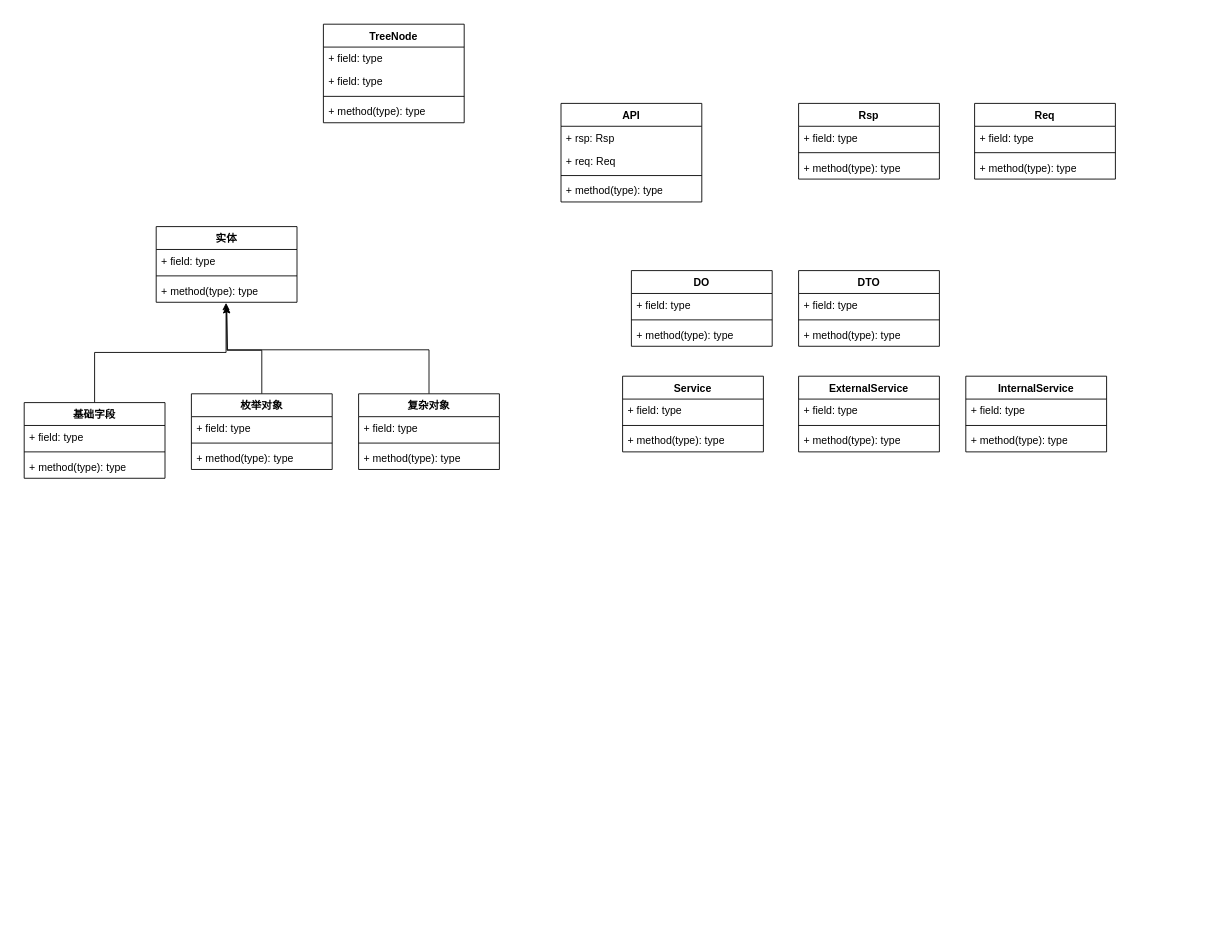
Above: page "Page-1" (1 of 2) of 低代码.drawio in idbanfan/drawio (draw.io), before the change. Source tidied: cells renumbered, new cells numbered last; positions are measured from the earlier drawing's top-left corner, leaving out a move shared by most shapes. Both pictures are drawn from the tidied source at 88%, with x=0, y=0 at pixel (24, 24).
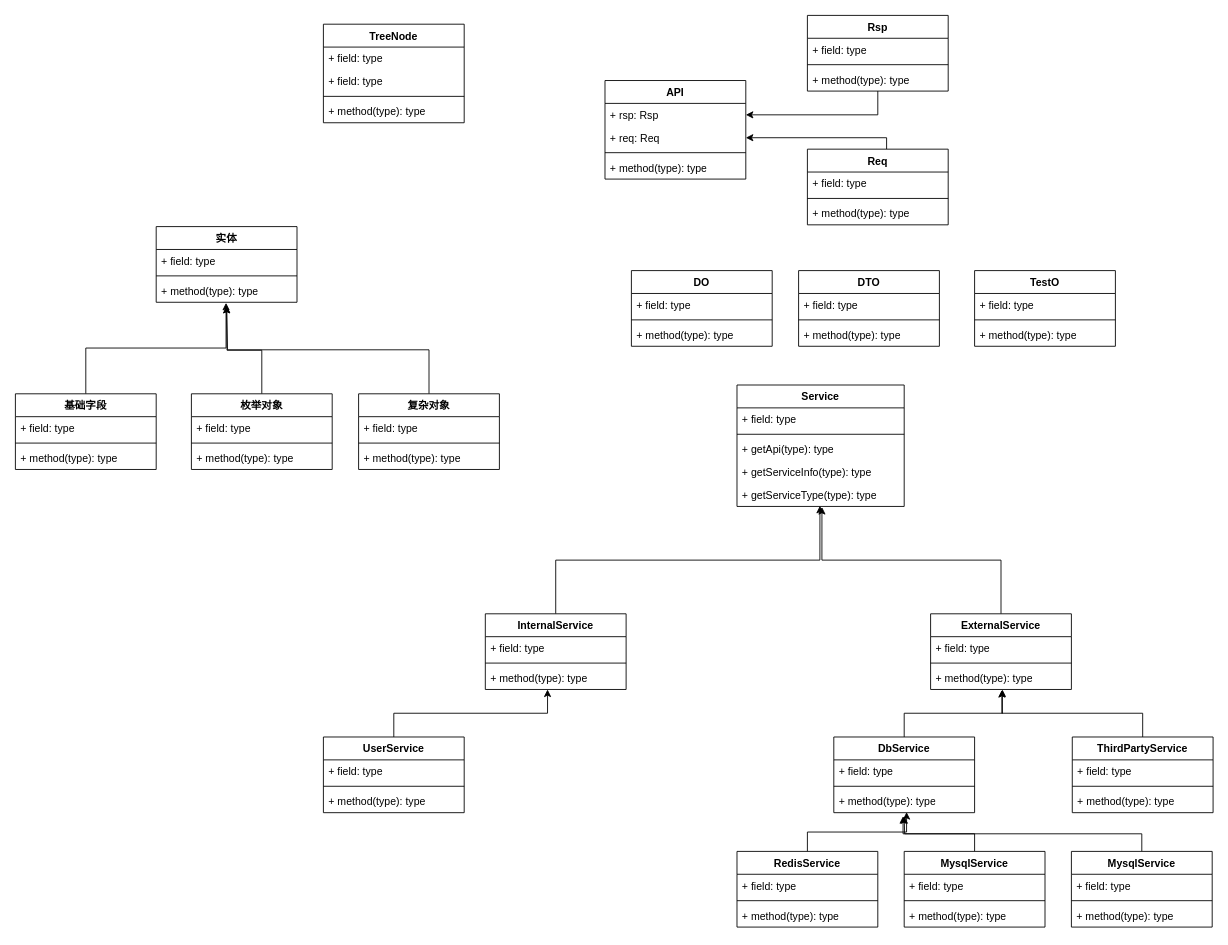
After the change.

Commit message (it also covers changes not shown here):
更新低代码.drawio

The change refers to these unchanged cells:
```xml
<mxCell id="34" value="+ rsp: Rsp" style="text;strokeColor=none;fillColor=none;align=left;verticalAlign=top;spacingLeft=4;spacingRight=4;overflow=hidden;points=[[0,0.5],[1,0.5]];portConstraint=eastwest;whiteSpace=wrap;html=1;" parent="33" vertex="1">
  <mxGeometry y="26" width="160" height="26" as="geometry" />
</mxCell>
<mxCell id="35" value="+ req: Req" style="text;strokeColor=none;fillColor=none;align=left;verticalAlign=top;spacingLeft=4;spacingRight=4;overflow=hidden;points=[[0,0.5],[1,0.5]];portConstraint=eastwest;whiteSpace=wrap;html=1;" parent="33" vertex="1">
  <mxGeometry y="52" width="160" height="26" as="geometry" />
</mxCell>
<mxCell id="54" value="+ method(type): type" style="text;strokeColor=none;fillColor=none;align=left;verticalAlign=top;spacingLeft=4;spacingRight=4;overflow=hidden;points=[[0,0.5],[1,0.5]];portConstraint=eastwest;whiteSpace=wrap;html=1;" parent="51" vertex="1">
  <mxGeometry y="60" width="160" height="26" as="geometry" />
</mxCell>
<mxCell id="58" value="+ method(type): type" style="text;strokeColor=none;fillColor=none;align=left;verticalAlign=top;spacingLeft=4;spacingRight=4;overflow=hidden;points=[[0,0.5],[1,0.5]];portConstraint=eastwest;whiteSpace=wrap;html=1;" parent="55" vertex="1">
  <mxGeometry y="60" width="160" height="26" as="geometry" />
</mxCell>
```

Diff of the diagram source:
```diff
@@
     <mxCell id="7" value="基础字段" style="swimlane;fontStyle=1;align=center;verticalAlign=top;horizontal=1;startSize=26;whiteSpace=wrap;html=1;" parent="1" vertex="1">
-      <mxGeometry y="430" width="160" height="86" as="geometry" />
+      <mxGeometry x="-10" y="420" width="160" height="86" as="geometry" />
     </mxCell>
@@
+    <mxCell id="59" style="edgeStyle=orthogonalEdgeStyle;rounded=0;jettySize=auto;html=1;entryX=1;entryY=0.5;entryDx=0;entryDy=0;" parent="1" edge="1" source="21" target="34">
+      <mxGeometry relative="1" as="geometry" />
+    </mxCell>
     <mxCell id="21" value="Rsp" style="swimlane;fontStyle=1;align=center;verticalAlign=top;horizontal=1;startSize=26;whiteSpace=wrap;html=1;" parent="1" vertex="1">
-      <mxGeometry x="880" y="90" width="160" height="86" as="geometry" />
+      <mxGeometry x="890" y="-10" width="160" height="86" as="geometry" />
     </mxCell>
@@
     <mxCell id="33" value="API" style="swimlane;fontStyle=1;align=center;verticalAlign=top;horizontal=1;startSize=26;whiteSpace=wrap;html=1;" parent="1" vertex="1">
-      <mxGeometry x="610" y="90" width="160" height="112" as="geometry" />
+      <mxGeometry x="660" y="64" width="160" height="112" as="geometry" />
     </mxCell>
@@
+    <mxCell id="60" style="edgeStyle=orthogonalEdgeStyle;rounded=0;jettySize=auto;html=1;entryX=1;entryY=0.5;entryDx=0;entryDy=0;" parent="1" edge="1" source="43" target="35">
+      <mxGeometry relative="1" as="geometry">
+        <Array as="points">
+          <mxPoint x="980" y="129" />
+        </Array>
+      </mxGeometry>
+    </mxCell>
     <mxCell id="43" value="Req" style="swimlane;fontStyle=1;align=center;verticalAlign=top;horizontal=1;startSize=26;whiteSpace=wrap;html=1;" parent="1" vertex="1">
-      <mxGeometry x="1080" y="90" width="160" height="86" as="geometry" />
+      <mxGeometry x="890" y="142" width="160" height="86" as="geometry" />
     </mxCell>
@@
     <mxCell id="47" value="Service" style="swimlane;fontStyle=1;align=center;verticalAlign=top;horizontal=1;startSize=26;whiteSpace=wrap;html=1;" parent="1" vertex="1">
-      <mxGeometry x="680" y="400" width="160" height="86" as="geometry" />
+      <mxGeometry x="810" y="410" width="190" height="138" as="geometry" />
     </mxCell>
     <mxCell id="48" value="+ field: type" style="text;strokeColor=none;fillColor=none;align=left;verticalAlign=top;spacingLeft=4;spacingRight=4;overflow=hidden;whiteSpace=wrap;html=1;" parent="47" vertex="1">
-      <mxGeometry y="26" width="160" height="26" as="geometry" />
+      <mxGeometry y="26" width="190" height="26" as="geometry" />
     </mxCell>
     <mxCell id="49" style="line;strokeWidth=1;fillColor=none;align=left;verticalAlign=middle;spacingTop=-1;spacingLeft=3;spacingRight=3;labelPosition=right;strokeColor=inherit;" parent="47" vertex="1">
-      <mxGeometry y="52" width="160" height="8" as="geometry" />
+      <mxGeometry y="52" width="190" height="8" as="geometry" />
     </mxCell>
+    <mxCell id="61" value="+ getApi(type): type" style="text;strokeColor=none;fillColor=none;align=left;verticalAlign=top;spacingLeft=4;spacingRight=4;overflow=hidden;whiteSpace=wrap;html=1;" parent="47" vertex="1">
+      <mxGeometry y="60" width="190" height="26" as="geometry" />
+    </mxCell>
+    <mxCell id="62" value="+ getServiceInfo(type): type" style="text;strokeColor=none;fillColor=none;align=left;verticalAlign=top;spacingLeft=4;spacingRight=4;overflow=hidden;whiteSpace=wrap;html=1;" parent="47" vertex="1">
+      <mxGeometry y="86" width="190" height="26" as="geometry" />
+    </mxCell>
-    <mxCell id="50" value="+ method(type): type" style="text;strokeColor=none;fillColor=none;align=left;verticalAlign=top;spacingLeft=4;spacingRight=4;overflow=hidden;points=[[0,0.5],[1,0.5]];portConstraint=eastwest;whiteSpace=wrap;html=1;" parent="47" vertex="1">
-      <mxGeometry y="60" width="160" height="26" as="geometry" />
+    <mxCell id="50" value="+ getServiceType(type): type" style="text;strokeColor=none;fillColor=none;align=left;verticalAlign=top;spacingLeft=4;spacingRight=4;overflow=hidden;points=[[0,0.5],[1,0.5]];portConstraint=eastwest;whiteSpace=wrap;html=1;" parent="47" vertex="1">
+      <mxGeometry y="112" width="190" height="26" as="geometry" />
     </mxCell>
+    <mxCell id="63" style="edgeStyle=orthogonalEdgeStyle;rounded=0;jettySize=auto;html=1;entryX=0.508;entryY=1.026;entryDx=0;entryDy=0;entryPerimeter=0;" parent="1" edge="1" source="51" target="50">
+      <mxGeometry relative="1" as="geometry" />
+    </mxCell>
     <mxCell id="51" value="ExternalService" style="swimlane;fontStyle=1;align=center;verticalAlign=top;horizontal=1;startSize=26;whiteSpace=wrap;html=1;" parent="1" vertex="1">
-      <mxGeometry x="880" y="400" width="160" height="86" as="geometry" />
+      <mxGeometry x="1030" y="670" width="160" height="86" as="geometry" />
     </mxCell>
@@
+    <mxCell id="64" style="edgeStyle=orthogonalEdgeStyle;rounded=0;jettySize=auto;html=1;entryX=0.496;entryY=0.974;entryDx=0;entryDy=0;entryPerimeter=0;" parent="1" edge="1" source="55" target="50">
+      <mxGeometry relative="1" as="geometry" />
+    </mxCell>
     <mxCell id="55" value="InternalService" style="swimlane;fontStyle=1;align=center;verticalAlign=top;horizontal=1;startSize=26;whiteSpace=wrap;html=1;" parent="1" vertex="1">
-      <mxGeometry x="1070" y="400" width="160" height="86" as="geometry" />
+      <mxGeometry x="524" y="670" width="160" height="86" as="geometry" />
     </mxCell>
@@
+    <mxCell id="65" style="edgeStyle=orthogonalEdgeStyle;rounded=0;jettySize=auto;html=1;entryX=0.51;entryY=1;entryDx=0;entryDy=0;entryPerimeter=0;" parent="1" edge="1" source="66" target="54">
+      <mxGeometry relative="1" as="geometry" />
+    </mxCell>
+    <mxCell id="66" value="DbService" style="swimlane;fontStyle=1;align=center;verticalAlign=top;horizontal=1;startSize=26;whiteSpace=wrap;html=1;" parent="1" vertex="1">
+      <mxGeometry x="920" y="810" width="160" height="86" as="geometry" />
+    </mxCell>
+    <mxCell id="67" value="+ field: type" style="text;strokeColor=none;fillColor=none;align=left;verticalAlign=top;spacingLeft=4;spacingRight=4;overflow=hidden;whiteSpace=wrap;html=1;" parent="66" vertex="1">
+      <mxGeometry y="26" width="160" height="26" as="geometry" />
+    </mxCell>
+    <mxCell id="68" style="line;strokeWidth=1;fillColor=none;align=left;verticalAlign=middle;spacingTop=-1;spacingLeft=3;spacingRight=3;labelPosition=right;strokeColor=inherit;" parent="66" vertex="1">
+      <mxGeometry y="52" width="160" height="8" as="geometry" />
+    </mxCell>
+    <mxCell id="69" value="+ method(type): type" style="text;strokeColor=none;fillColor=none;align=left;verticalAlign=top;spacingLeft=4;spacingRight=4;overflow=hidden;points=[[0,0.5],[1,0.5]];portConstraint=eastwest;whiteSpace=wrap;html=1;" parent="66" vertex="1">
+      <mxGeometry y="60" width="160" height="26" as="geometry" />
+    </mxCell>
+    <mxCell id="70" style="edgeStyle=orthogonalEdgeStyle;rounded=0;jettySize=auto;html=1;entryX=0.506;entryY=1.026;entryDx=0;entryDy=0;entryPerimeter=0;" parent="1" edge="1" source="71" target="54">
+      <mxGeometry relative="1" as="geometry" />
+    </mxCell>
+    <mxCell id="71" value="ThirdPartyService" style="swimlane;fontStyle=1;align=center;verticalAlign=top;horizontal=1;startSize=26;whiteSpace=wrap;html=1;" parent="1" vertex="1">
+      <mxGeometry x="1191" y="810" width="160" height="86" as="geometry" />
+    </mxCell>
+    <mxCell id="72" value="+ field: type" style="text;strokeColor=none;fillColor=none;align=left;verticalAlign=top;spacingLeft=4;spacingRight=4;overflow=hidden;whiteSpace=wrap;html=1;" parent="71" vertex="1">
+      <mxGeometry y="26" width="160" height="26" as="geometry" />
+    </mxCell>
+    <mxCell id="73" style="line;strokeWidth=1;fillColor=none;align=left;verticalAlign=middle;spacingTop=-1;spacingLeft=3;spacingRight=3;labelPosition=right;strokeColor=inherit;" parent="71" vertex="1">
+      <mxGeometry y="52" width="160" height="8" as="geometry" />
+    </mxCell>
+    <mxCell id="74" value="+ method(type): type" style="text;strokeColor=none;fillColor=none;align=left;verticalAlign=top;spacingLeft=4;spacingRight=4;overflow=hidden;whiteSpace=wrap;html=1;" parent="71" vertex="1">
+      <mxGeometry y="60" width="160" height="26" as="geometry" />
+    </mxCell>
+    <mxCell id="75" style="edgeStyle=orthogonalEdgeStyle;rounded=0;jettySize=auto;html=1;entryX=0.517;entryY=0.974;entryDx=0;entryDy=0;entryPerimeter=0;" parent="1" edge="1" source="76" target="69">
+      <mxGeometry relative="1" as="geometry" />
+    </mxCell>
+    <mxCell id="76" value="RedisService" style="swimlane;fontStyle=1;align=center;verticalAlign=top;horizontal=1;startSize=26;whiteSpace=wrap;html=1;" parent="1" vertex="1">
+      <mxGeometry x="810" y="940" width="160" height="86" as="geometry" />
+    </mxCell>
+    <mxCell id="77" value="+ field: type" style="text;strokeColor=none;fillColor=none;align=left;verticalAlign=top;spacingLeft=4;spacingRight=4;overflow=hidden;whiteSpace=wrap;html=1;" parent="76" vertex="1">
+      <mxGeometry y="26" width="160" height="26" as="geometry" />
+    </mxCell>
+    <mxCell id="78" style="line;strokeWidth=1;fillColor=none;align=left;verticalAlign=middle;spacingTop=-1;spacingLeft=3;spacingRight=3;labelPosition=right;strokeColor=inherit;" parent="76" vertex="1">
+      <mxGeometry y="52" width="160" height="8" as="geometry" />
+    </mxCell>
+    <mxCell id="79" value="+ method(type): type" style="text;strokeColor=none;fillColor=none;align=left;verticalAlign=top;spacingLeft=4;spacingRight=4;overflow=hidden;whiteSpace=wrap;html=1;" parent="76" vertex="1">
+      <mxGeometry y="60" width="160" height="26" as="geometry" />
+    </mxCell>
+    <mxCell id="80" style="edgeStyle=orthogonalEdgeStyle;rounded=0;jettySize=auto;html=1;" parent="1" edge="1" source="81">
+      <mxGeometry relative="1" as="geometry">
+        <mxPoint x="1000" y="900" as="targetPoint" />
+      </mxGeometry>
+    </mxCell>
+    <mxCell id="81" value="MysqlService" style="swimlane;fontStyle=1;align=center;verticalAlign=top;horizontal=1;startSize=26;whiteSpace=wrap;html=1;" parent="1" vertex="1">
+      <mxGeometry x="1000" y="940" width="160" height="86" as="geometry" />
+    </mxCell>
+    <mxCell id="82" value="+ field: type" style="text;strokeColor=none;fillColor=none;align=left;verticalAlign=top;spacingLeft=4;spacingRight=4;overflow=hidden;whiteSpace=wrap;html=1;" parent="81" vertex="1">
+      <mxGeometry y="26" width="160" height="26" as="geometry" />
+    </mxCell>
+    <mxCell id="83" style="line;strokeWidth=1;fillColor=none;align=left;verticalAlign=middle;spacingTop=-1;spacingLeft=3;spacingRight=3;labelPosition=right;strokeColor=inherit;" parent="81" vertex="1">
+      <mxGeometry y="52" width="160" height="8" as="geometry" />
+    </mxCell>
+    <mxCell id="84" value="+ method(type): type" style="text;strokeColor=none;fillColor=none;align=left;verticalAlign=top;spacingLeft=4;spacingRight=4;overflow=hidden;whiteSpace=wrap;html=1;" parent="81" vertex="1">
+      <mxGeometry y="60" width="160" height="26" as="geometry" />
+    </mxCell>
+    <mxCell id="85" style="edgeStyle=orthogonalEdgeStyle;rounded=0;jettySize=auto;html=1;entryX=0.492;entryY=1.154;entryDx=0;entryDy=0;entryPerimeter=0;" parent="1" edge="1" source="86" target="69">
+      <mxGeometry relative="1" as="geometry">
+        <Array as="points">
+          <mxPoint x="1270" y="920" />
+          <mxPoint x="999" y="920" />
+        </Array>
+      </mxGeometry>
+    </mxCell>
+    <mxCell id="86" value="MysqlService" style="swimlane;fontStyle=1;align=center;verticalAlign=top;horizontal=1;startSize=26;whiteSpace=wrap;html=1;" parent="1" vertex="1">
+      <mxGeometry x="1190" y="940" width="160" height="86" as="geometry" />
+    </mxCell>
+    <mxCell id="87" value="+ field: type" style="text;strokeColor=none;fillColor=none;align=left;verticalAlign=top;spacingLeft=4;spacingRight=4;overflow=hidden;whiteSpace=wrap;html=1;" parent="86" vertex="1">
+      <mxGeometry y="26" width="160" height="26" as="geometry" />
+    </mxCell>
+    <mxCell id="88" style="line;strokeWidth=1;fillColor=none;align=left;verticalAlign=middle;spacingTop=-1;spacingLeft=3;spacingRight=3;labelPosition=right;strokeColor=inherit;" parent="86" vertex="1">
+      <mxGeometry y="52" width="160" height="8" as="geometry" />
+    </mxCell>
+    <mxCell id="89" value="+ method(type): type" style="text;strokeColor=none;fillColor=none;align=left;verticalAlign=top;spacingLeft=4;spacingRight=4;overflow=hidden;whiteSpace=wrap;html=1;" parent="86" vertex="1">
+      <mxGeometry y="60" width="160" height="26" as="geometry" />
+    </mxCell>
+    <mxCell id="90" style="edgeStyle=orthogonalEdgeStyle;rounded=0;jettySize=auto;html=1;entryX=0.442;entryY=1;entryDx=0;entryDy=0;entryPerimeter=0;" parent="1" edge="1" source="91" target="58">
+      <mxGeometry relative="1" as="geometry" />
+    </mxCell>
+    <mxCell id="91" value="UserService" style="swimlane;fontStyle=1;align=center;verticalAlign=top;horizontal=1;startSize=26;whiteSpace=wrap;html=1;" parent="1" vertex="1">
+      <mxGeometry x="340" y="810" width="160" height="86" as="geometry" />
+    </mxCell>
+    <mxCell id="92" value="+ field: type" style="text;strokeColor=none;fillColor=none;align=left;verticalAlign=top;spacingLeft=4;spacingRight=4;overflow=hidden;whiteSpace=wrap;html=1;" parent="91" vertex="1">
+      <mxGeometry y="26" width="160" height="26" as="geometry" />
+    </mxCell>
+    <mxCell id="93" style="line;strokeWidth=1;fillColor=none;align=left;verticalAlign=middle;spacingTop=-1;spacingLeft=3;spacingRight=3;labelPosition=right;strokeColor=inherit;" parent="91" vertex="1">
+      <mxGeometry y="52" width="160" height="8" as="geometry" />
+    </mxCell>
+    <mxCell id="94" value="+ method(type): type" style="text;strokeColor=none;fillColor=none;align=left;verticalAlign=top;spacingLeft=4;spacingRight=4;overflow=hidden;whiteSpace=wrap;html=1;" parent="91" vertex="1">
+      <mxGeometry y="60" width="160" height="26" as="geometry" />
+    </mxCell>
+    <mxCell id="95" value="TestO" style="swimlane;fontStyle=1;align=center;verticalAlign=top;horizontal=1;startSize=26;whiteSpace=wrap;html=1;" parent="1" vertex="1">
+      <mxGeometry x="1080" y="280" width="160" height="86" as="geometry" />
+    </mxCell>
+    <mxCell id="96" value="+ field: type" style="text;strokeColor=none;fillColor=none;align=left;verticalAlign=top;spacingLeft=4;spacingRight=4;overflow=hidden;whiteSpace=wrap;html=1;" parent="95" vertex="1">
+      <mxGeometry y="26" width="160" height="26" as="geometry" />
+    </mxCell>
+    <mxCell id="97" style="line;strokeWidth=1;fillColor=none;align=left;verticalAlign=middle;spacingTop=-1;spacingLeft=3;spacingRight=3;labelPosition=right;strokeColor=inherit;" parent="95" vertex="1">
+      <mxGeometry y="52" width="160" height="8" as="geometry" />
+    </mxCell>
+    <mxCell id="98" value="+ method(type): type" style="text;strokeColor=none;fillColor=none;align=left;verticalAlign=top;spacingLeft=4;spacingRight=4;overflow=hidden;whiteSpace=wrap;html=1;" parent="95" vertex="1">
+      <mxGeometry y="60" width="160" height="26" as="geometry" />
+    </mxCell>
```
